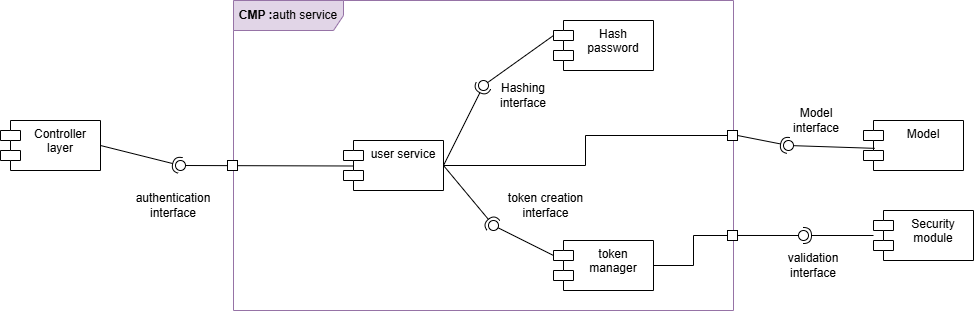
Above: DD/LaTeXCode/images/componentDiagrams/Component_diagram-Auth_detailed_view.drawio.png in jacopobellosi/Bellosi-Montanelli-Tempobono (draw.io), before the change. Source tidied: cells renumbered, new cells last; positions are measured from the earlier drawing's top-left corner, leaving out a move shared by most shapes.
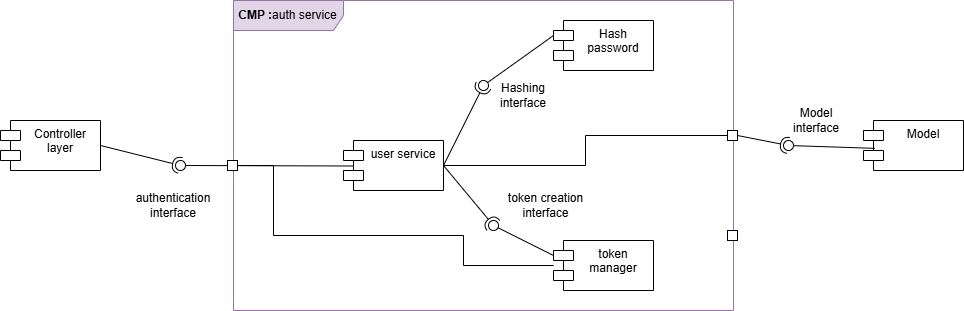
The same file after the commit.

Change to the diagram source:
```diff
@@ -74,24 +74,13 @@
     <mxCell id="25" style="rounded=0;whiteSpace=wrap;html=1;" parent="1" vertex="1">
       <mxGeometry x="727" y="130" width="10" height="10" as="geometry" />
     </mxCell>
-    <mxCell id="26" value="Security&lt;br&gt;module" style="shape=module;align=left;spacingLeft=20;align=center;verticalAlign=top;whiteSpace=wrap;html=1;" parent="1" vertex="1">
-      <mxGeometry x="873" y="210" width="100" height="50" as="geometry" />
-    </mxCell>
-    <mxCell id="27" style="rounded=0;jettySize=auto;html=1;endArrow=halfCircle;endFill=0;endSize=6;strokeWidth=1;sketch=0;" parent="1" edge="1" source="26">
-      <mxGeometry relative="1" as="geometry">
-        <mxPoint x="803" y="235" as="targetPoint" />
-      </mxGeometry>
-    </mxCell>
-    <mxCell id="28" style="rounded=0;jettySize=auto;html=1;endArrow=oval;endFill=0;sketch=0;sourcePerimeterSpacing=0;targetPerimeterSpacing=0;endSize=10;exitX=0.999;exitY=0.758;exitDx=0;exitDy=0;exitPerimeter=0;" parent="1" edge="1" source="4">
-      <mxGeometry relative="1" as="geometry">
-        <mxPoint x="803" y="235" as="targetPoint" />
-      </mxGeometry>
-    </mxCell>
-    <mxCell id="29" style="edgeStyle=orthogonalEdgeStyle;rounded=0;jettySize=auto;html=1;exitX=1;exitY=0.5;exitDx=0;exitDy=0;entryX=1;entryY=0.5;entryDx=0;entryDy=0;endArrow=none;endFill=0;" parent="1" edge="1" source="30" target="9">
+    <mxCell id="29" style="edgeStyle=orthogonalEdgeStyle;rounded=0;jettySize=auto;html=1;exitX=1;exitY=0.5;exitDx=0;exitDy=0;endArrow=none;endFill=0;" parent="1" edge="1" source="23" target="9">
       <mxGeometry relative="1" as="geometry">
         <Array as="points">
-          <mxPoint x="693" y="235" />
-          <mxPoint x="693" y="265" />
+          <mxPoint x="273" y="165" />
+          <mxPoint x="273" y="235" />
+          <mxPoint x="463" y="235" />
+          <mxPoint x="463" y="265" />
         </Array>
       </mxGeometry>
     </mxCell>
@@ -104,9 +93,6 @@
     <mxCell id="32" style="ellipse;whiteSpace=wrap;html=1;align=center;fillColor=none;strokeColor=none;perimeter=centerPerimeter;points=[];outlineConnect=1;" parent="1" vertex="1">
       <mxGeometry x="175" y="160" width="10" height="10" as="geometry" />
     </mxCell>
-    <mxCell id="33" value="validation&lt;br&gt;interface" style="text;html=1;whiteSpace=wrap;strokeColor=none;fillColor=none;align=center;verticalAlign=middle;rounded=0;" parent="1" vertex="1">
-      <mxGeometry x="783" y="250" width="60" height="30" as="geometry" />
-    </mxCell>
     <mxCell id="34" value="authentication&lt;br&gt;interface" style="text;html=1;whiteSpace=wrap;strokeColor=none;fillColor=none;align=center;verticalAlign=middle;rounded=0;" parent="1" vertex="1">
       <mxGeometry x="143" y="190" width="60" height="30" as="geometry" />
     </mxCell>
```
